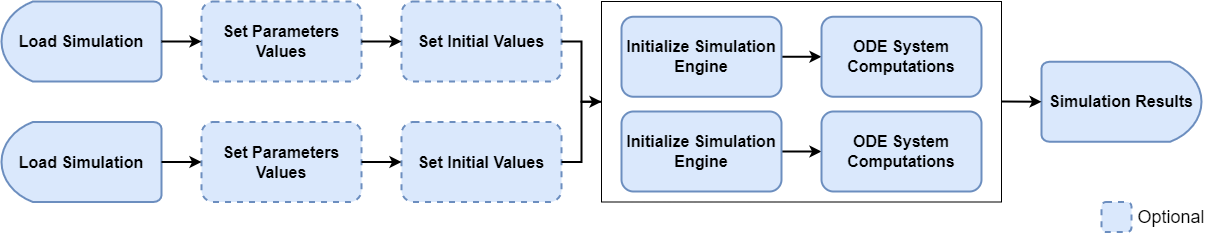
Above: vignettes/images/parallel_simulation.drawio.png in Open-Systems-Pharmacology/OSPSuite-R (draw.io), before the change. Source tidied: cells renumbered, new cells last; positions are measured from the earlier drawing's top-left corner, leaving out a move shared by most shapes.
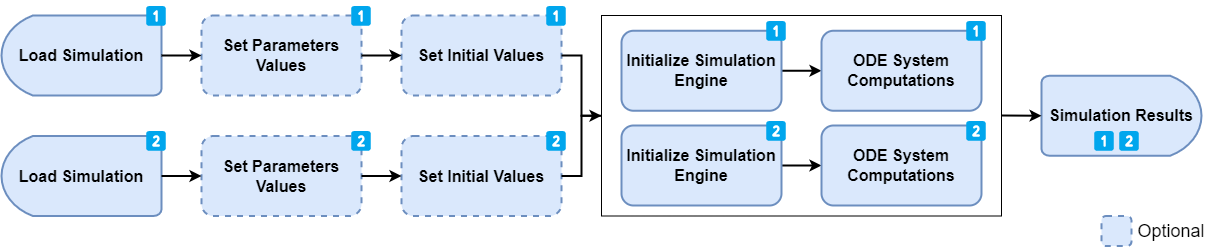
After the change.

Commit message:
Add 1 and 2 to differentiate between simulation configurations

What changed in the source:
```diff
@@ -73,5 +73,41 @@
         <mxPoint x="1000" y="100" as="sourcePoint" />
       </mxGeometry>
     </mxCell>
+    <mxCell id="25" value="&lt;font style=&quot;font-size: 20px;&quot;&gt;1️⃣&lt;/font&gt;" style="text;html=1;strokeColor=none;fillColor=none;align=center;verticalAlign=middle;whiteSpace=wrap;rounded=0;" parent="1" vertex="1">
+      <mxGeometry x="140" y="-14.8" width="30" height="30" as="geometry" />
+    </mxCell>
+    <mxCell id="26" value="&lt;font style=&quot;font-size: 20px;&quot;&gt;1️⃣&lt;/font&gt;" style="text;html=1;strokeColor=none;fillColor=none;align=center;verticalAlign=middle;whiteSpace=wrap;rounded=0;" parent="1" vertex="1">
+      <mxGeometry x="345" y="-14.8" width="30" height="30" as="geometry" />
+    </mxCell>
+    <mxCell id="27" value="&lt;font style=&quot;font-size: 20px;&quot;&gt;1️⃣&lt;/font&gt;" style="text;html=1;strokeColor=none;fillColor=none;align=center;verticalAlign=middle;whiteSpace=wrap;rounded=0;" parent="1" vertex="1">
+      <mxGeometry x="540" y="-14.8" width="30" height="30" as="geometry" />
+    </mxCell>
+    <mxCell id="28" value="&lt;font style=&quot;font-size: 20px;&quot;&gt;1️⃣&lt;/font&gt;" style="text;html=1;strokeColor=none;fillColor=none;align=center;verticalAlign=middle;whiteSpace=wrap;rounded=0;" parent="1" vertex="1">
+      <mxGeometry x="760" width="30" height="30" as="geometry" />
+    </mxCell>
+    <mxCell id="29" value="&lt;font style=&quot;font-size: 20px;&quot;&gt;1️⃣&lt;/font&gt;" style="text;html=1;strokeColor=none;fillColor=none;align=center;verticalAlign=middle;whiteSpace=wrap;rounded=0;" parent="1" vertex="1">
+      <mxGeometry x="960" width="30" height="30" as="geometry" />
+    </mxCell>
+    <mxCell id="30" value="&lt;font style=&quot;font-size: 20px;&quot;&gt;1️⃣&lt;/font&gt;" style="text;html=1;strokeColor=none;fillColor=none;align=center;verticalAlign=middle;whiteSpace=wrap;rounded=0;" parent="1" vertex="1">
+      <mxGeometry x="1087.5" y="110" width="30" height="30" as="geometry" />
+    </mxCell>
+    <mxCell id="31" value="&lt;font style=&quot;font-size: 20px;&quot;&gt;2️⃣&lt;/font&gt;" style="text;html=1;strokeColor=none;fillColor=none;align=center;verticalAlign=middle;whiteSpace=wrap;rounded=0;" parent="1" vertex="1">
+      <mxGeometry x="140" y="110" width="30" height="30" as="geometry" />
+    </mxCell>
+    <mxCell id="32" value="&lt;font style=&quot;font-size: 20px;&quot;&gt;2️⃣&lt;/font&gt;" style="text;html=1;strokeColor=none;fillColor=none;align=center;verticalAlign=middle;whiteSpace=wrap;rounded=0;" parent="1" vertex="1">
+      <mxGeometry x="345" y="110" width="30" height="30" as="geometry" />
+    </mxCell>
+    <mxCell id="33" value="&lt;font style=&quot;font-size: 20px;&quot;&gt;2️⃣&lt;/font&gt;" style="text;html=1;strokeColor=none;fillColor=none;align=center;verticalAlign=middle;whiteSpace=wrap;rounded=0;" parent="1" vertex="1">
+      <mxGeometry x="540" y="110.2" width="30" height="30" as="geometry" />
+    </mxCell>
+    <mxCell id="34" value="&lt;font style=&quot;font-size: 20px;&quot;&gt;2️⃣&lt;/font&gt;" style="text;html=1;strokeColor=none;fillColor=none;align=center;verticalAlign=middle;whiteSpace=wrap;rounded=0;" parent="1" vertex="1">
+      <mxGeometry x="760" y="100" width="30" height="30" as="geometry" />
+    </mxCell>
+    <mxCell id="35" value="&lt;font style=&quot;font-size: 20px;&quot;&gt;2️⃣&lt;/font&gt;" style="text;html=1;strokeColor=none;fillColor=none;align=center;verticalAlign=middle;whiteSpace=wrap;rounded=0;" parent="1" vertex="1">
+      <mxGeometry x="960" y="100" width="30" height="30" as="geometry" />
+    </mxCell>
+    <mxCell id="36" value="&lt;font style=&quot;font-size: 20px;&quot;&gt;2️⃣&lt;/font&gt;" style="text;html=1;strokeColor=none;fillColor=none;align=center;verticalAlign=middle;whiteSpace=wrap;rounded=0;" parent="1" vertex="1">
+      <mxGeometry x="1112.5" y="110" width="30" height="30" as="geometry" />
+    </mxCell>
   </root>
 </mxGraphModel>
```
